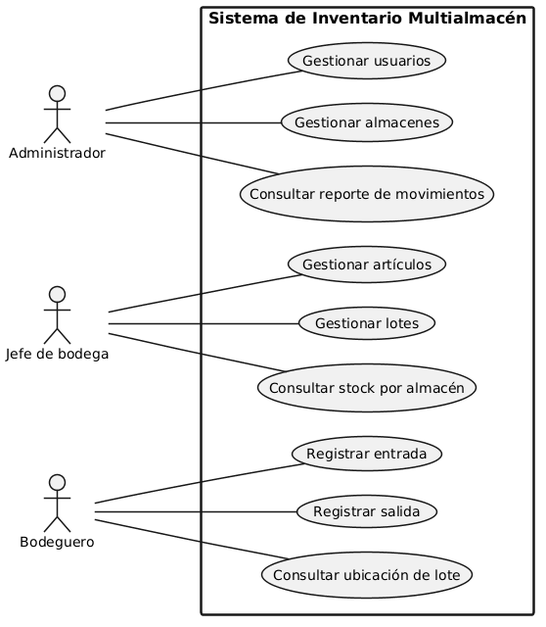
Above: docs/diagrama_actores.png in andresballesterosdeluque/inventario-multialmacen (PlantUML), before the change. Its diagram source:
```plantuml
@startuml
left to right direction
skinparam monochrome true
skinparam shadowing false
skinparam backgroundColor white
skinparam defaultFontName Arial
skinparam defaultFontSize 14
skinparam ArrowThickness 1.5
skinparam ActorBorderThickness 1.5
skinparam UsecaseBorderThickness 1.5
skinparam RectangleBorderThickness 2.5
skinparam RectangleFontStyle bold
skinparam RectangleFontSize 16
skinparam nodesep 25
skinparam ranksep 110

actor "Administrador" as Admin
actor "Jefe de bodega" as Jefe
actor "Bodeguero" as Bodeg

rectangle "Sistema de Inventario Multialmacén" {
  usecase "Consultar reporte de movimientos" as U3
  usecase "Gestionar almacenes" as U2
  usecase "Gestionar usuarios" as U1
  usecase "Consultar stock por almacén" as U6
  usecase "Gestionar lotes" as U5
  usecase "Gestionar artículos" as U4
  usecase "Consultar ubicación de lote" as U9
  usecase "Registrar salida" as U8
  usecase "Registrar entrada" as U7
}

Admin -- U3
Admin -- U2
Admin -- U1
Jefe -- U6
Jefe -- U5
Jefe -- U4
Bodeg -- U9
Bodeg -- U8
Bodeg -- U7
@enduml
```
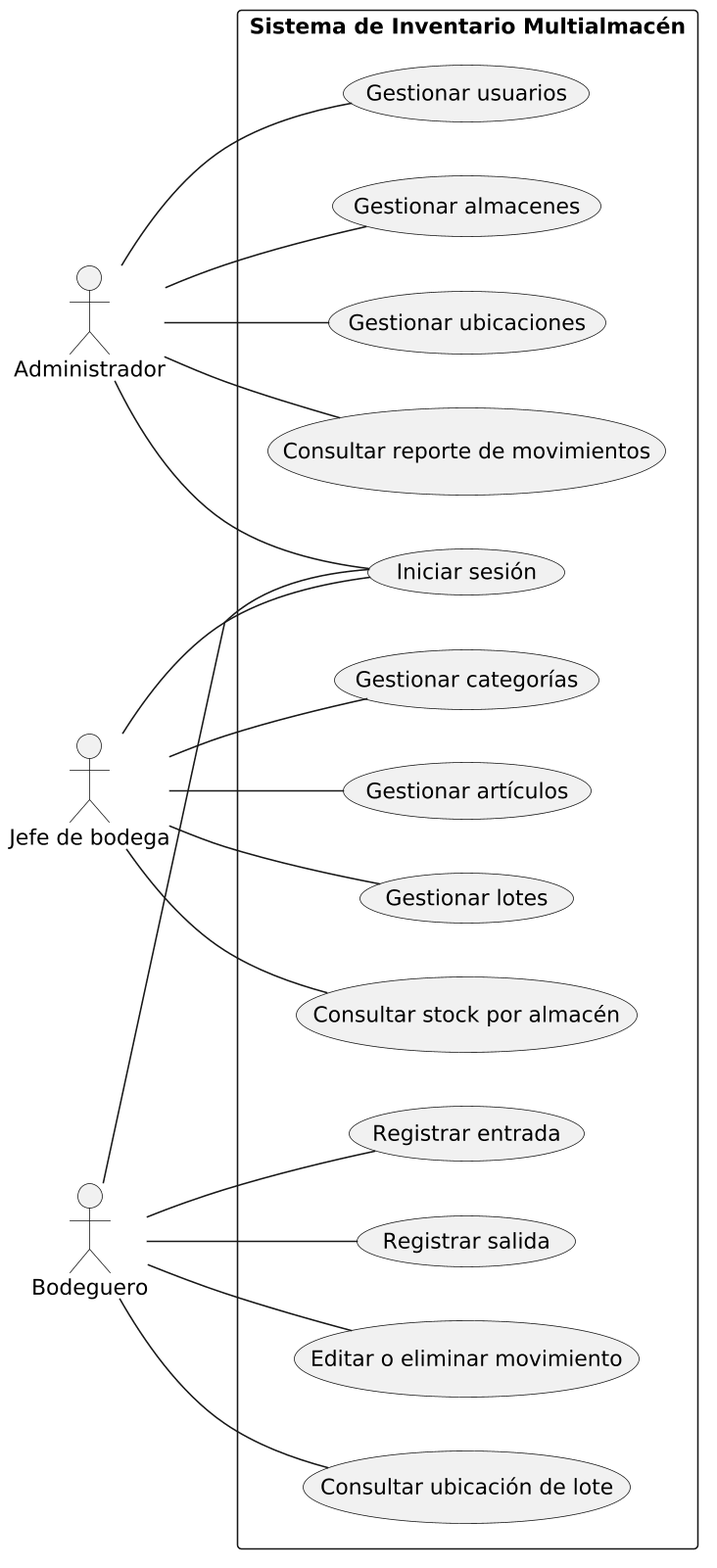
Later version of the same file.

Commit message:
Actualizar diagrama de casos de uso y README

What changed in the source:
```diff
@@ -1,42 +1,44 @@
 @startuml
 left to right direction
-skinparam monochrome true
+skinparam dpi 150
 skinparam shadowing false
-skinparam backgroundColor white
-skinparam defaultFontName Arial
-skinparam defaultFontSize 14
-skinparam ArrowThickness 1.5
-skinparam ActorBorderThickness 1.5
-skinparam UsecaseBorderThickness 1.5
-skinparam RectangleBorderThickness 2.5
-skinparam RectangleFontStyle bold
-skinparam RectangleFontSize 16
-skinparam nodesep 25
-skinparam ranksep 110
+skinparam packageStyle rectangle
 
-actor "Administrador" as Admin
+actor Administrador
 actor "Jefe de bodega" as Jefe
-actor "Bodeguero" as Bodeg
+actor Bodeguero
 
 rectangle "Sistema de Inventario Multialmacén" {
-  usecase "Consultar reporte de movimientos" as U3
-  usecase "Gestionar almacenes" as U2
-  usecase "Gestionar usuarios" as U1
-  usecase "Consultar stock por almacén" as U6
-  usecase "Gestionar lotes" as U5
-  usecase "Gestionar artículos" as U4
-  usecase "Consultar ubicación de lote" as U9
-  usecase "Registrar salida" as U8
-  usecase "Registrar entrada" as U7
+  usecase "Gestionar usuarios" as UC1
+  usecase "Gestionar almacenes" as UC2
+  usecase "Gestionar ubicaciones" as UC3
+  usecase "Consultar reporte de movimientos" as UC4
+  usecase "Iniciar sesión" as UC0
+  usecase "Gestionar categorías" as UC5
+  usecase "Gestionar artículos" as UC6
+  usecase "Gestionar lotes" as UC7
+  usecase "Consultar stock por almacén" as UC8
+  usecase "Registrar entrada" as UC9
+  usecase "Registrar salida" as UC10
+  usecase "Editar o eliminar movimiento" as UC11
+  usecase "Consultar ubicación de lote" as UC12
 }
 
-Admin -- U3
-Admin -- U2
-Admin -- U1
-Jefe -- U6
-Jefe -- U5
-Jefe -- U4
-Bodeg -- U9
-Bodeg -- U8
-Bodeg -- U7
+Administrador -- UC1
+Administrador -- UC2
+Administrador -- UC3
+Administrador -- UC4
+Administrador -- UC0
+
+Jefe -- UC0
+Jefe -- UC5
+Jefe -- UC6
+Jefe -- UC7
+Jefe -- UC8
+
+Bodeguero -- UC0
+Bodeguero -- UC9
+Bodeguero -- UC10
+Bodeguero -- UC11
+Bodeguero -- UC12
 @enduml
```
